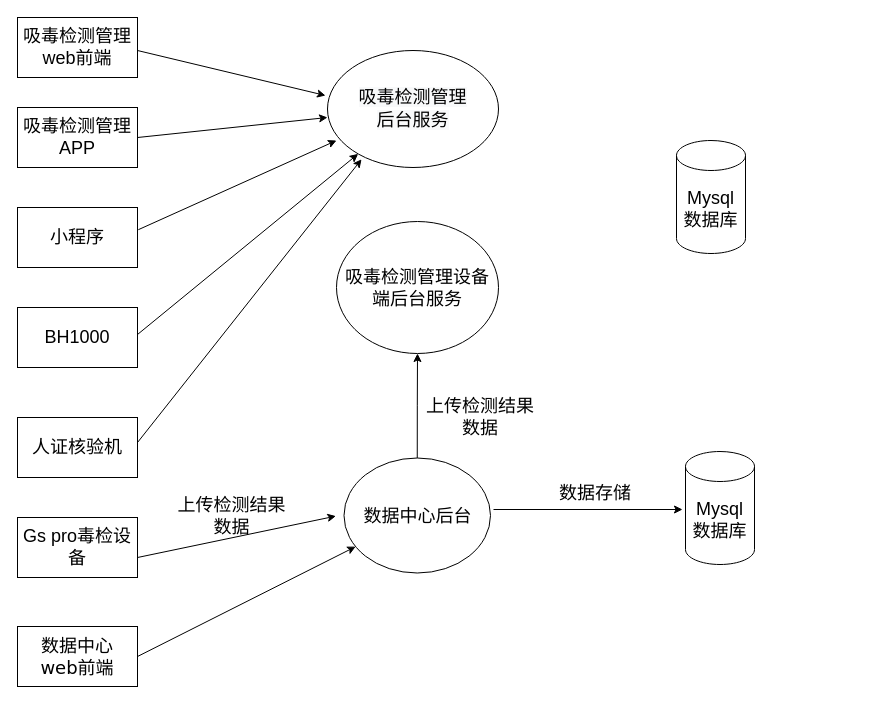
Earlier version of the draw.io diagram page "吸毒检测管理系统架构" (4 of 5) of 未命名绘图.drawio (lliecho/test). Source tidied: cells renumbered, new cells numbered last; positions are measured from the earlier drawing's top-left corner, leaving out a move shared by most shapes. Both pictures are drawn from the tidied source at 100%, with x=0, y=0 at pixel (17, 17).
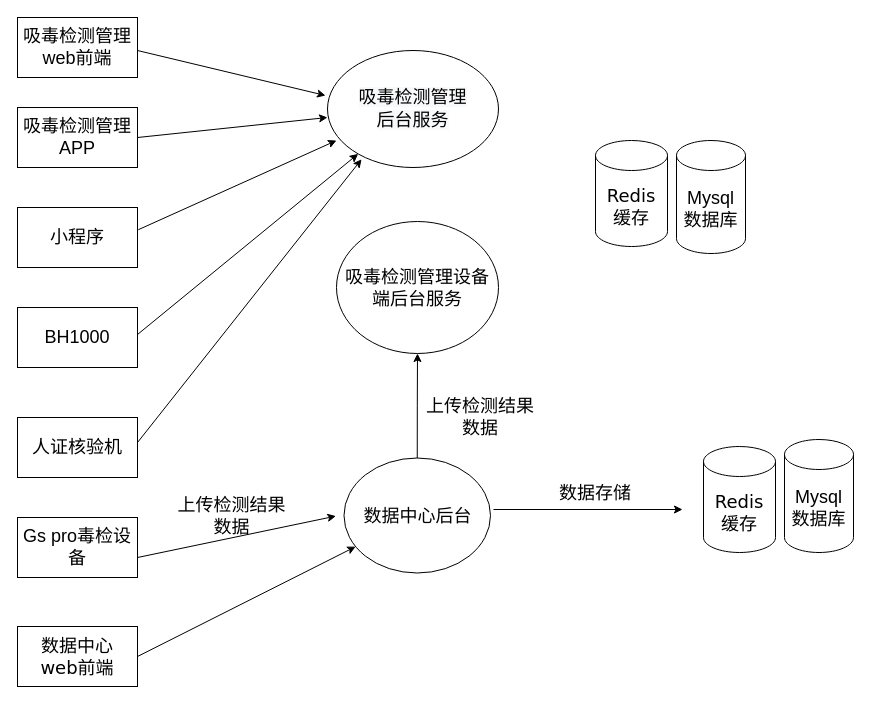
After the change.

Change to the diagram source:
```diff
@@
     <mxCell id="15" value="Mysql 数据库" style="shape=cylinder3;whiteSpace=wrap;html=1;boundedLbl=1;backgroundOutline=1;size=15;fontSize=18;" parent="1" vertex="1">
-      <mxGeometry x="668" y="434" width="69" height="113" as="geometry" />
+      <mxGeometry x="767" y="422" width="69" height="113" as="geometry" />
     </mxCell>
@@
+    <mxCell id="26" value="Redis&lt;br&gt;缓存" style="shape=cylinder3;whiteSpace=wrap;html=1;boundedLbl=1;backgroundOutline=1;size=15;fontFamily=Verdana;fontSize=18;" parent="1" vertex="1">
+      <mxGeometry x="578" y="123" width="72" height="106" as="geometry" />
+    </mxCell>
+    <mxCell id="27" value="Redis&lt;br&gt;缓存" style="shape=cylinder3;whiteSpace=wrap;html=1;boundedLbl=1;backgroundOutline=1;size=15;fontFamily=Verdana;fontSize=18;" parent="1" vertex="1">
+      <mxGeometry x="686" y="429" width="72" height="106" as="geometry" />
+    </mxCell>
```
